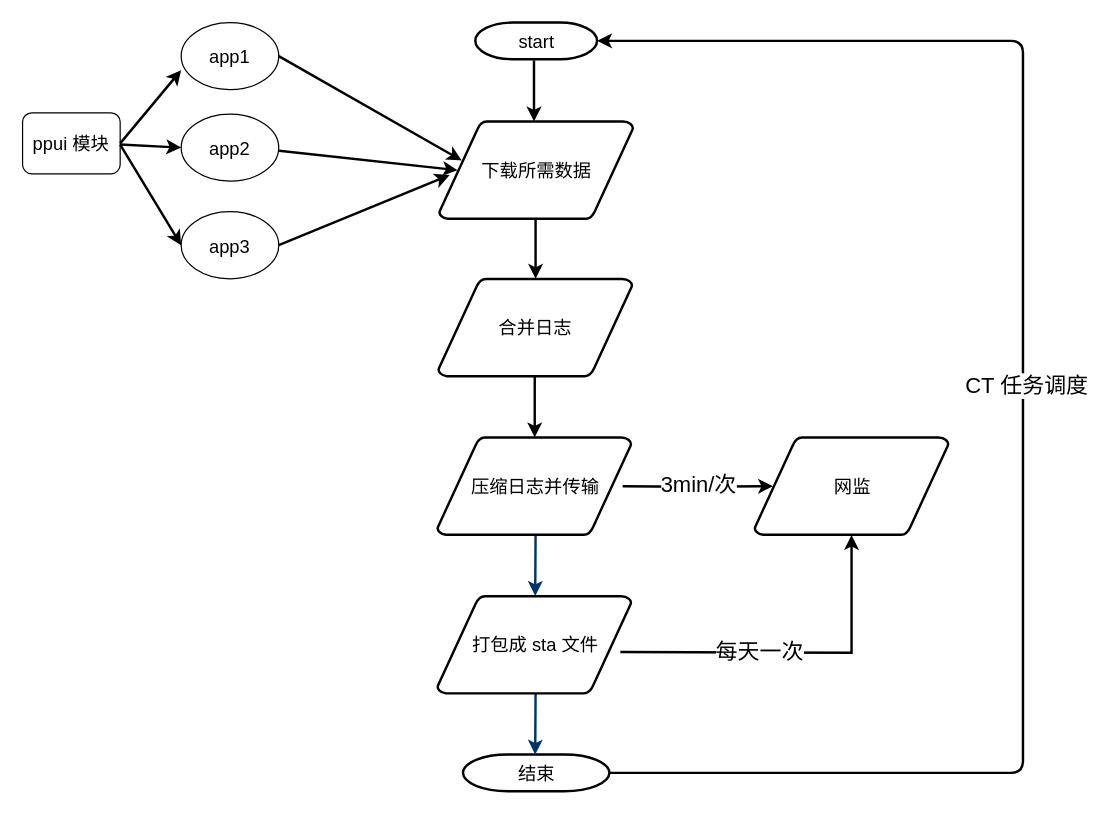
Earlier version of the draw.io diagram Untitled Diagram.drawio (ywq1113/VASP_script). Source tidied: cells renumbered, new cells numbered last; positions are measured from the earlier drawing's top-left corner, leaving out a move shared by most shapes. Both pictures are drawn from the tidied source at 122%, with x=0, y=0 at pixel (22, 22).
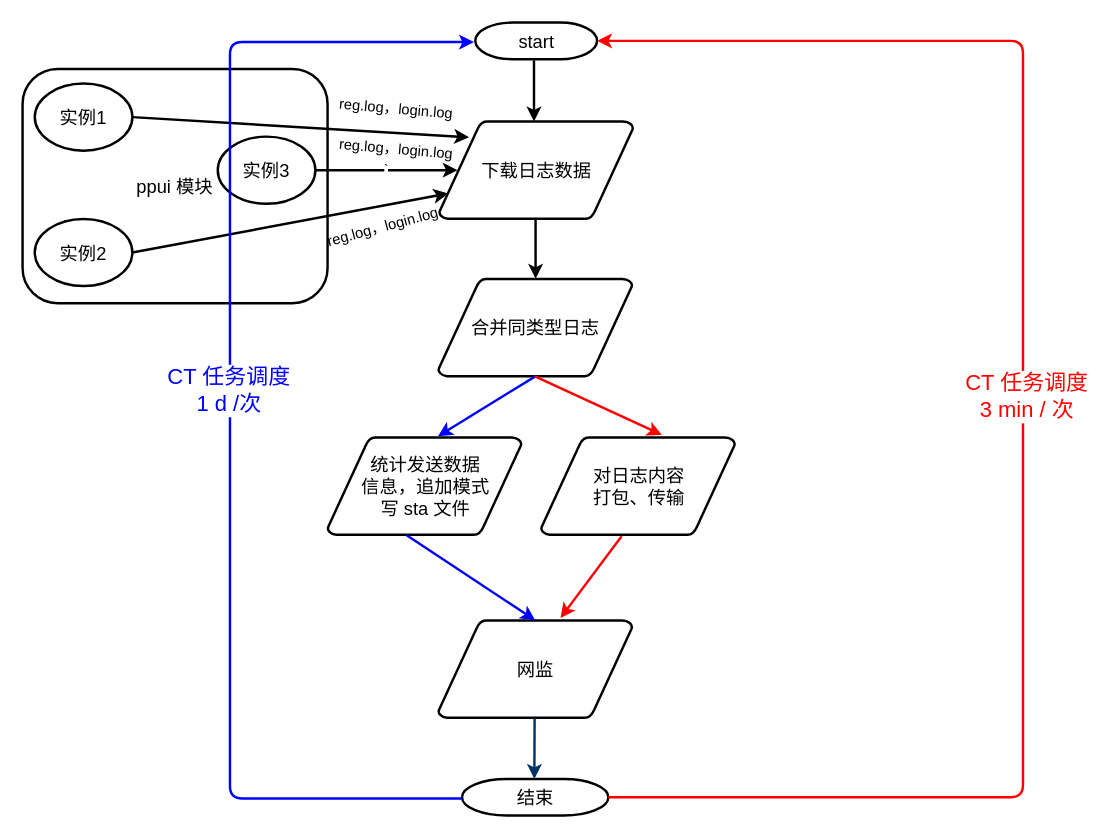
The same page after the edit.

Unchanged cells that the change refers to:
```xml
<mxCell id="2" value="&lt;font style=&quot;font-size: 15px&quot;&gt;start&lt;/font&gt;" style="shape=mxgraph.flowchart.terminator;strokeWidth=2;gradientColor=none;gradientDirection=north;fontStyle=0;html=1;" parent="1" vertex="1">
  <mxGeometry x="371.1" width="99.8" height="30" as="geometry" />
</mxCell>
```

Change to the diagram source:
```diff
@@
+    <mxCell id="20" value="&lt;font style=&quot;font-size: 15px&quot;&gt;ppui 模块&lt;/font&gt;" style="rounded=1;whiteSpace=wrap;html=1;strokeWidth=2;" parent="1" vertex="1">
+      <mxGeometry y="38" width="250" height="192" as="geometry" />
+    </mxCell>
@@
-    <mxCell id="3" value="&lt;font style=&quot;font-size: 15px&quot;&gt;下载所需数据&lt;/font&gt;" style="shape=mxgraph.flowchart.data;strokeWidth=2;gradientColor=none;gradientDirection=north;fontStyle=0;html=1;" parent="1" vertex="1">
+    <mxCell id="3" value="&lt;font style=&quot;font-size: 15px&quot;&gt;下载日志数据&lt;/font&gt;" style="shape=mxgraph.flowchart.data;strokeWidth=2;gradientColor=none;gradientDirection=north;fontStyle=0;html=1;" parent="1" vertex="1">
       <mxGeometry x="341.5" y="81" width="159" height="80" as="geometry" />
     </mxCell>
     <mxCell id="4" value="&lt;font style=&quot;font-size: 15px&quot;&gt;结束&lt;/font&gt;" style="shape=mxgraph.flowchart.terminator;strokeWidth=2;gradientColor=none;gradientDirection=north;fontStyle=0;html=1;" parent="1" vertex="1">
-      <mxGeometry x="361" y="600" width="120" height="30" as="geometry" />
+      <mxGeometry x="360.2" y="620" width="120" height="30" as="geometry" />
     </mxCell>
@@
-    <mxCell id="6" style="edgeStyle=elbowEdgeStyle;elbow=vertical;fontStyle=1;strokeColor=#003366;strokeWidth=2;html=1;" parent="1" edge="1">
-      <mxGeometry x="180.2" y="-1395" as="geometry">
-        <mxPoint x="420.5" y="420" as="sourcePoint" />
-        <mxPoint x="420.2" y="470" as="targetPoint" />
-        <Array as="points">
-          <mxPoint x="420.8" y="420" />
-        </Array>
-      </mxGeometry>
-    </mxCell>
-    <mxCell id="7" value="&lt;font style=&quot;font-size: 15px&quot;&gt;app1&lt;/font&gt;" style="ellipse;whiteSpace=wrap;html=1;" parent="1" vertex="1">
-      <mxGeometry x="130" width="80" height="55" as="geometry" />
+    <mxCell id="7" value="&lt;font style=&quot;font-size: 15px&quot;&gt;实例1&lt;/font&gt;" style="ellipse;whiteSpace=wrap;html=1;strokeWidth=2;" parent="1" vertex="1">
+      <mxGeometry x="10" y="50" width="80" height="55" as="geometry" />
     </mxCell>
-    <mxCell id="8" value="&lt;font style=&quot;font-size: 15px&quot;&gt;app2&lt;/font&gt;" style="ellipse;whiteSpace=wrap;html=1;" parent="1" vertex="1">
-      <mxGeometry x="130" y="75" width="80" height="55" as="geometry" />
+    <mxCell id="8" value="&lt;font style=&quot;font-size: 15px&quot;&gt;实例2&lt;/font&gt;" style="ellipse;whiteSpace=wrap;html=1;strokeWidth=2;" parent="1" vertex="1">
+      <mxGeometry x="10" y="161" width="80" height="55" as="geometry" />
     </mxCell>
-    <mxCell id="9" value="&lt;font style=&quot;font-size: 15px&quot;&gt;app3&lt;/font&gt;" style="ellipse;whiteSpace=wrap;html=1;" parent="1" vertex="1">
-      <mxGeometry x="130" y="155" width="80" height="55" as="geometry" />
+    <mxCell id="9" value="&lt;font style=&quot;font-size: 15px&quot;&gt;实例3&lt;/font&gt;" style="ellipse;whiteSpace=wrap;html=1;strokeWidth=2;" parent="1" vertex="1">
+      <mxGeometry x="160" y="93.5" width="80" height="55" as="geometry" />
     </mxCell>
-    <mxCell id="10" style="endArrow=classic;html=1;exitX=1;exitY=0.5;exitDx=0;exitDy=0;entryX=0.116;entryY=0.4;entryDx=0;entryDy=0;entryPerimeter=0;strokeWidth=2;" parent="1" edge="1" source="7" target="3">
+    <mxCell id="10" style="endArrow=classic;html=1;exitX=1;exitY=0.5;exitDx=0;exitDy=0;entryX=0.154;entryY=0.163;entryDx=0;entryDy=0;entryPerimeter=0;strokeWidth=2;" parent="1" edge="1" source="7" target="3">
       <mxGeometry relative="1" as="geometry" />
     </mxCell>
-    <mxCell id="11" style="endArrow=classic;html=1;exitX=1;exitY=0.5;exitDx=0;exitDy=0;entryX=0.095;entryY=0.5;entryDx=0;entryDy=0;entryPerimeter=0;strokeWidth=2;" parent="1" edge="1" target="3">
-      <mxGeometry relative="1" as="geometry">
-        <mxPoint x="210.3" y="105" as="sourcePoint" />
-      </mxGeometry>
-    </mxCell>
-    <mxCell id="12" style="endArrow=classic;html=1;exitX=1;exitY=0.5;exitDx=0;exitDy=0;strokeWidth=2;" parent="1" edge="1" source="9">
-      <mxGeometry relative="1" as="geometry">
-        <mxPoint x="350" y="125" as="targetPoint" />
-      </mxGeometry>
+    <mxCell id="12" value="`" style="endArrow=classic;html=1;exitX=1;exitY=0.5;exitDx=0;exitDy=0;strokeWidth=2;entryX=0.095;entryY=0.5;entryDx=0;entryDy=0;entryPerimeter=0;" parent="1" edge="1" source="9" target="3">
+      <mxGeometry relative="1" as="geometry" />
     </mxCell>
-    <mxCell id="13" value="&lt;font style=&quot;font-size: 15px&quot;&gt;合并日志&lt;/font&gt;" style="shape=mxgraph.flowchart.data;strokeWidth=2;gradientColor=none;gradientDirection=north;fontStyle=0;html=1;" parent="1" vertex="1">
+    <mxCell id="13" value="&lt;font style=&quot;font-size: 15px&quot;&gt;合并同类型日志&lt;/font&gt;" style="shape=mxgraph.flowchart.data;strokeWidth=2;gradientColor=none;gradientDirection=north;fontStyle=0;html=1;" parent="1" vertex="1">
       <mxGeometry x="340.8" y="210" width="159" height="80" as="geometry" />
     </mxCell>
@@
-    <mxCell id="15" style="edgeStyle=orthogonalEdgeStyle;rounded=0;jettySize=auto;html=1;strokeWidth=2;fontSize=12;exitX=0.905;exitY=0.5;exitDx=0;exitDy=0;exitPerimeter=0;entryX=0.095;entryY=0.5;entryDx=0;entryDy=0;entryPerimeter=0;" parent="1" edge="1" target="19">
-      <mxGeometry relative="1" as="geometry">
-        <mxPoint x="491.9" y="380" as="sourcePoint" />
-      </mxGeometry>
-    </mxCell>
-    <mxCell id="16" value="&lt;font style=&quot;font-size: 18px&quot;&gt;3min/次&lt;/font&gt;" style="edgeLabel;html=1;align=center;verticalAlign=middle;fontSize=12;" parent="15" vertex="1">
-      <mxGeometry x="0.27" y="2" relative="1" as="geometry">
-        <mxPoint x="-16.9" as="offset" />
-      </mxGeometry>
-    </mxCell>
-    <mxCell id="17" value="&lt;font style=&quot;font-size: 15px&quot;&gt;压缩日志并传输&lt;/font&gt;" style="shape=mxgraph.flowchart.data;strokeWidth=2;gradientColor=none;gradientDirection=north;fontStyle=0;html=1;" parent="1" vertex="1">
-      <mxGeometry x="340" y="340" width="159" height="80" as="geometry" />
+    <mxCell id="17" value="&lt;font style=&quot;font-size: 15px&quot;&gt;对日志内容&lt;br&gt;打包、传输&lt;/font&gt;" style="shape=mxgraph.flowchart.data;strokeWidth=2;gradientColor=none;gradientDirection=north;fontStyle=0;html=1;" parent="1" vertex="1">
+      <mxGeometry x="425" y="340" width="159" height="80" as="geometry" />
     </mxCell>
-    <mxCell id="18" style="edgeStyle=orthogonalEdgeStyle;rounded=0;orthogonalLoop=1;jettySize=auto;html=1;strokeWidth=2;" parent="1" edge="1">
-      <mxGeometry relative="1" as="geometry">
-        <mxPoint x="419.8" y="290" as="sourcePoint" />
-        <mxPoint x="419.8" y="340" as="targetPoint" />
-      </mxGeometry>
-    </mxCell>
     <mxCell id="19" value="&lt;font style=&quot;font-size: 15px&quot;&gt;网监&lt;/font&gt;" style="shape=mxgraph.flowchart.data;strokeWidth=2;gradientColor=none;gradientDirection=north;fontStyle=0;html=1;" parent="1" vertex="1">
-      <mxGeometry x="600" y="340" width="159" height="80" as="geometry" />
+      <mxGeometry x="340.8" y="490" width="159" height="80" as="geometry" />
     </mxCell>
-    <mxCell id="20" value="&lt;font style=&quot;font-size: 15px&quot;&gt;ppui 模块&lt;/font&gt;" style="rounded=1;whiteSpace=wrap;html=1;" parent="1" vertex="1">
-      <mxGeometry y="74" width="80" height="50" as="geometry" />
-    </mxCell>
-    <mxCell id="21" style="endArrow=classic;html=1;exitX=1;exitY=0.5;exitDx=0;exitDy=0;entryX=0;entryY=0.709;entryDx=0;entryDy=0;entryPerimeter=0;strokeWidth=2;" parent="1" edge="1" source="20" target="7">
-      <mxGeometry relative="1" as="geometry" />
-    </mxCell>
-    <mxCell id="22" style="endArrow=classic;html=1;entryX=0;entryY=0.5;entryDx=0;entryDy=0;strokeWidth=2;" parent="1" edge="1" target="8">
-      <mxGeometry relative="1" as="geometry">
-        <mxPoint x="80" y="100" as="sourcePoint" />
-      </mxGeometry>
-    </mxCell>
-    <mxCell id="23" style="endArrow=classic;html=1;entryX=0;entryY=0.5;entryDx=0;entryDy=0;strokeWidth=2;" parent="1" edge="1" target="9">
-      <mxGeometry relative="1" as="geometry">
-        <mxPoint x="80" y="100" as="sourcePoint" />
-      </mxGeometry>
-    </mxCell>
-    <mxCell id="24" style="endArrow=classic;html=1;entryX=1;entryY=0.5;entryDx=0;entryDy=0;entryPerimeter=0;strokeWidth=2;exitX=1;exitY=0.5;exitDx=0;exitDy=0;exitPerimeter=0;" parent="1" edge="1" source="4" target="2">
+    <mxCell id="24" style="endArrow=classic;html=1;entryX=1;entryY=0.5;entryDx=0;entryDy=0;entryPerimeter=0;strokeWidth=2;exitX=1;exitY=0.5;exitDx=0;exitDy=0;exitPerimeter=0;strokeColor=#FF0000;" parent="1" edge="1" source="4" target="2">
       <mxGeometry relative="1" as="geometry">
         <Array as="points">
-          <mxPoint x="820" y="615" />
+          <mxPoint x="820" y="635" />
           <mxPoint x="820" y="450" />
           <mxPoint x="820" y="15" />
         </Array>
       </mxGeometry>
     </mxCell>
-    <mxCell id="25" value="&lt;font style=&quot;font-size: 18px&quot;&gt;CT 任务调度&lt;/font&gt;" style="edgeLabel;html=1;align=center;verticalAlign=middle;" parent="24" vertex="1">
+    <mxCell id="25" value="&lt;font style=&quot;font-size: 18px&quot;&gt;&lt;font color=&quot;#ff0000&quot;&gt;CT 任务调度&lt;br&gt;3 min / 次&lt;/font&gt;&lt;br&gt;&lt;/font&gt;" style="edgeLabel;html=1;align=center;verticalAlign=middle;" parent="24" vertex="1">
       <mxGeometry x="0.02" y="-2" relative="1" as="geometry" />
     </mxCell>
     <mxCell id="26" style="edgeStyle=elbowEdgeStyle;elbow=vertical;fontStyle=1;strokeColor=#003366;strokeWidth=2;html=1;" parent="1" edge="1">
-      <mxGeometry x="180.2" y="-1265" as="geometry">
-        <mxPoint x="420.5" y="550" as="sourcePoint" />
-        <mxPoint x="420.2" y="600" as="targetPoint" />
+      <mxGeometry x="179.5" y="-1245" as="geometry">
+        <mxPoint x="419.7" y="570" as="sourcePoint" />
+        <mxPoint x="419.5" y="620" as="targetPoint" />
         <Array as="points">
-          <mxPoint x="420.8" y="550" />
+          <mxPoint x="420" y="570" />
         </Array>
       </mxGeometry>
     </mxCell>
+    <mxCell id="30" style="endArrow=classic;html=1;exitX=1;exitY=0.5;exitDx=0;exitDy=0;entryX=0.047;entryY=0.738;entryDx=0;entryDy=0;entryPerimeter=0;strokeWidth=2;" parent="1" edge="1" source="8" target="3">
+      <mxGeometry relative="1" as="geometry" />
+    </mxCell>
+    <mxCell id="31" value="reg.log，login.log" style="text;html=1;align=center;verticalAlign=middle;rotation=5;" parent="1" vertex="1">
+      <mxGeometry x="251" y="61" width="110" height="20" as="geometry" />
+    </mxCell>
+    <mxCell id="32" value="reg.log，login.log" style="text;html=1;align=center;verticalAlign=middle;rotation=5;" parent="1" vertex="1">
+      <mxGeometry x="251" y="93.5" width="110" height="20" as="geometry" />
+    </mxCell>
+    <mxCell id="33" value="reg.log，login.log" style="text;html=1;align=center;verticalAlign=middle;rotation=-15;" parent="1" vertex="1">
+      <mxGeometry x="240" y="157.5" width="110" height="20" as="geometry" />
+    </mxCell>
-    <mxCell id="27" value="&lt;font style=&quot;font-size: 15px&quot;&gt;打包成 sta 文件&lt;/font&gt;" style="shape=mxgraph.flowchart.data;strokeWidth=2;gradientColor=none;gradientDirection=north;fontStyle=0;html=1;" parent="1" vertex="1">
-      <mxGeometry x="340" y="470" width="159" height="80" as="geometry" />
+    <mxCell id="27" value="&lt;font style=&quot;font-size: 15px&quot;&gt;统计发送数据&lt;br&gt;信息，追加模式&lt;br&gt;写 sta 文件&lt;/font&gt;" style="shape=mxgraph.flowchart.data;strokeWidth=2;gradientColor=none;gradientDirection=north;fontStyle=0;html=1;" parent="1" vertex="1">
+      <mxGeometry x="250" y="340" width="159" height="80" as="geometry" />
     </mxCell>
-    <mxCell id="28" style="edgeStyle=orthogonalEdgeStyle;rounded=0;jettySize=auto;html=1;strokeWidth=2;entryX=0.5;entryY=1;entryDx=0;entryDy=0;entryPerimeter=0;" parent="1" edge="1" target="19">
-      <mxGeometry relative="1" as="geometry">
-        <mxPoint x="490" y="516" as="sourcePoint" />
-      </mxGeometry>
-    </mxCell>
-    <mxCell id="29" value="&lt;font style=&quot;font-size: 18px&quot;&gt;每天一次&lt;/font&gt;" style="edgeLabel;html=1;align=center;verticalAlign=middle;fontSize=12;" parent="28" vertex="1">
-      <mxGeometry x="-0.21" y="1" relative="1" as="geometry" />
-    </mxCell>
+    <mxCell id="34" style="endArrow=classic;html=1;exitX=0.5;exitY=1;exitDx=0;exitDy=0;exitPerimeter=0;entryX=0.569;entryY=-0.012;entryDx=0;entryDy=0;entryPerimeter=0;strokeColor=#0000FF;strokeWidth=2;" parent="1" edge="1" source="13" target="27">
+      <mxGeometry relative="1" as="geometry" />
+    </mxCell>
+    <mxCell id="35" style="endArrow=classic;html=1;entryX=0.623;entryY=-0.025;entryDx=0;entryDy=0;entryPerimeter=0;strokeColor=#FF0000;strokeWidth=2;" parent="1" edge="1" target="17">
+      <mxGeometry relative="1" as="geometry">
+        <mxPoint x="420" y="290" as="sourcePoint" />
+      </mxGeometry>
+    </mxCell>
+    <mxCell id="36" style="endArrow=classic;html=1;exitX=0.415;exitY=1.013;exitDx=0;exitDy=0;exitPerimeter=0;entryX=0.63;entryY=-0.025;entryDx=0;entryDy=0;entryPerimeter=0;strokeColor=#FF0000;strokeWidth=2;" parent="1" edge="1" source="17" target="19">
+      <mxGeometry relative="1" as="geometry" />
+    </mxCell>
+    <mxCell id="37" style="endArrow=classic;html=1;exitX=0.406;exitY=1;exitDx=0;exitDy=0;exitPerimeter=0;entryX=0.5;entryY=0;entryDx=0;entryDy=0;entryPerimeter=0;strokeColor=#0000FF;strokeWidth=2;" parent="1" edge="1" source="27" target="19">
+      <mxGeometry relative="1" as="geometry" />
+    </mxCell>
+    <mxCell id="38" style="endArrow=classic;html=1;strokeColor=#0000FF;strokeWidth=2;" parent="1" edge="1">
+      <mxGeometry relative="1" as="geometry">
+        <mxPoint x="360" y="636" as="sourcePoint" />
+        <mxPoint x="370" y="16" as="targetPoint" />
+        <Array as="points">
+          <mxPoint x="170" y="636" />
+          <mxPoint x="170" y="286" />
+          <mxPoint x="170" y="16" />
+        </Array>
+      </mxGeometry>
+    </mxCell>
+    <mxCell id="39" value="&lt;font style=&quot;font-size: 18px&quot; color=&quot;#0000ff&quot;&gt;CT 任务调度&lt;br&gt;1 d /次&lt;/font&gt;" style="edgeLabel;html=1;align=center;verticalAlign=middle;" parent="38" vertex="1">
+      <mxGeometry x="0.04" y="2" relative="1" as="geometry" />
+    </mxCell>
```
